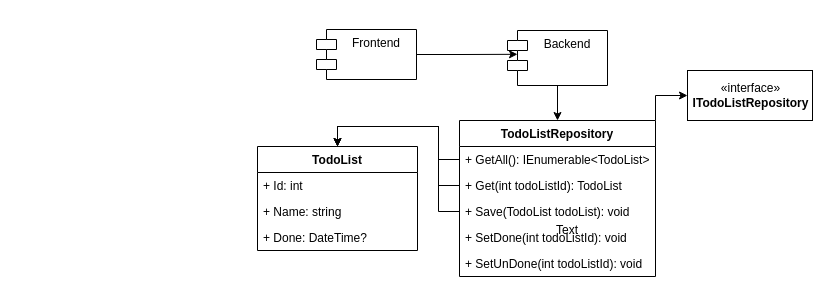
Before: awesome-todo-list.drawio in edineidev/AwesomeTodoList, a draw.io diagram. Source tidied: cells renumbered, new cells numbered last; positions are measured from the earlier drawing's top-left corner, leaving out a move shared by most shapes. Both pictures are drawn from the tidied source at 100%, with x=0, y=0 at pixel (257, 29).
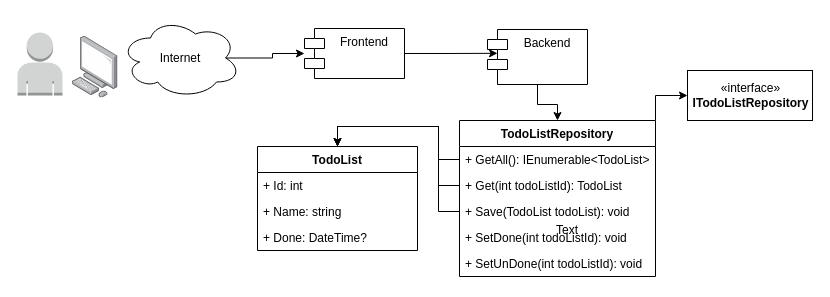
The same diagram, later.

Commit message (it also covers changes not shown here):
Ajusts diagram

Change to the diagram source:
```diff
@@
     <mxCell id="4" value="Frontend" style="shape=module;align=left;spacingLeft=20;align=center;verticalAlign=top;" parent="1" vertex="1">
-      <mxGeometry x="59" width="100" height="50" as="geometry" />
+      <mxGeometry x="47" y="-1" width="100" height="50" as="geometry" />
     </mxCell>
@@
     <mxCell id="6" value="Backend" style="shape=module;align=left;spacingLeft=20;align=center;verticalAlign=top;" parent="1" vertex="1">
-      <mxGeometry x="250" y="1" width="100" height="55" as="geometry" />
+      <mxGeometry x="230" width="100" height="55" as="geometry" />
     </mxCell>
@@
+    <mxCell id="22" style="edgeStyle=orthogonalEdgeStyle;rounded=0;jettySize=auto;html=1;exitX=0.875;exitY=0.5;exitDx=0;exitDy=0;exitPerimeter=0;" parent="1" edge="1" source="23" target="4">
+      <mxGeometry relative="1" as="geometry" />
+    </mxCell>
+    <mxCell id="23" value="Internet" style="ellipse;shape=cloud;whiteSpace=wrap;html=1;" parent="1" vertex="1">
+      <mxGeometry x="-137" y="-11.5" width="120" height="80" as="geometry" />
+    </mxCell>
@@
+    <mxCell id="24" style="html=1;align=center;shadow=0;dashed=0;image;image=img/lib/allied_telesis/computer_and_terminals/Personal_Computer.svg;" parent="1" vertex="1">
+      <mxGeometry x="-185" y="6.7" width="45.6" height="61.8" as="geometry" />
+    </mxCell>
+    <mxCell id="25" style="dashed=0;verticalLabelPosition=bottom;verticalAlign=top;align=center;html=1;shape=mxgraph.aws3.user;fillColor=#D2D3D3;gradientColor=none;" parent="1" vertex="1">
+      <mxGeometry x="-240" y="3" width="45" height="63" as="geometry" />
+    </mxCell>
```
